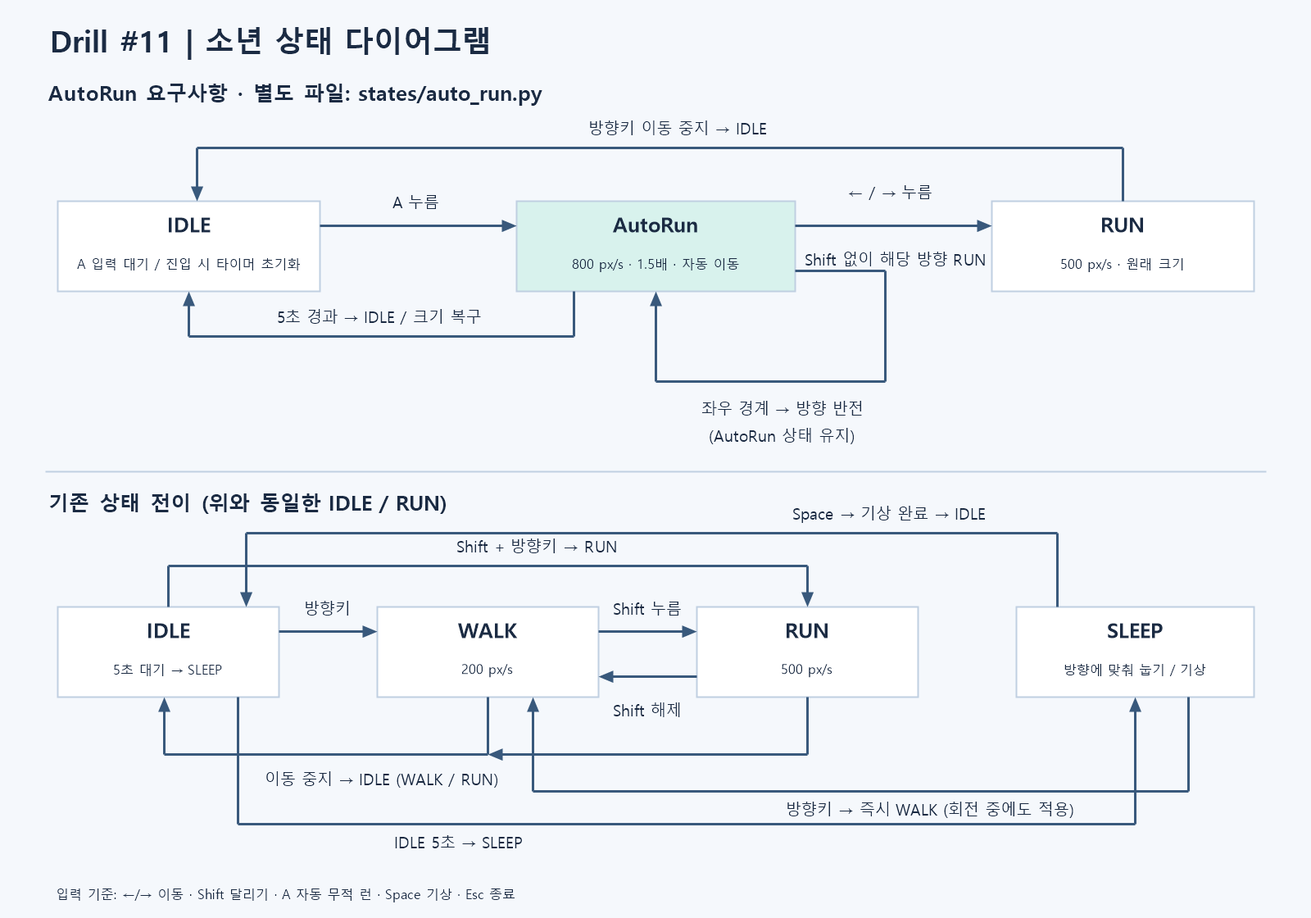
The Mermaid diagram docs/state-diagram.png in Jun1188/DRILL-11, before a commit. Its source is kept beside it as docs/state-diagram.mmd.
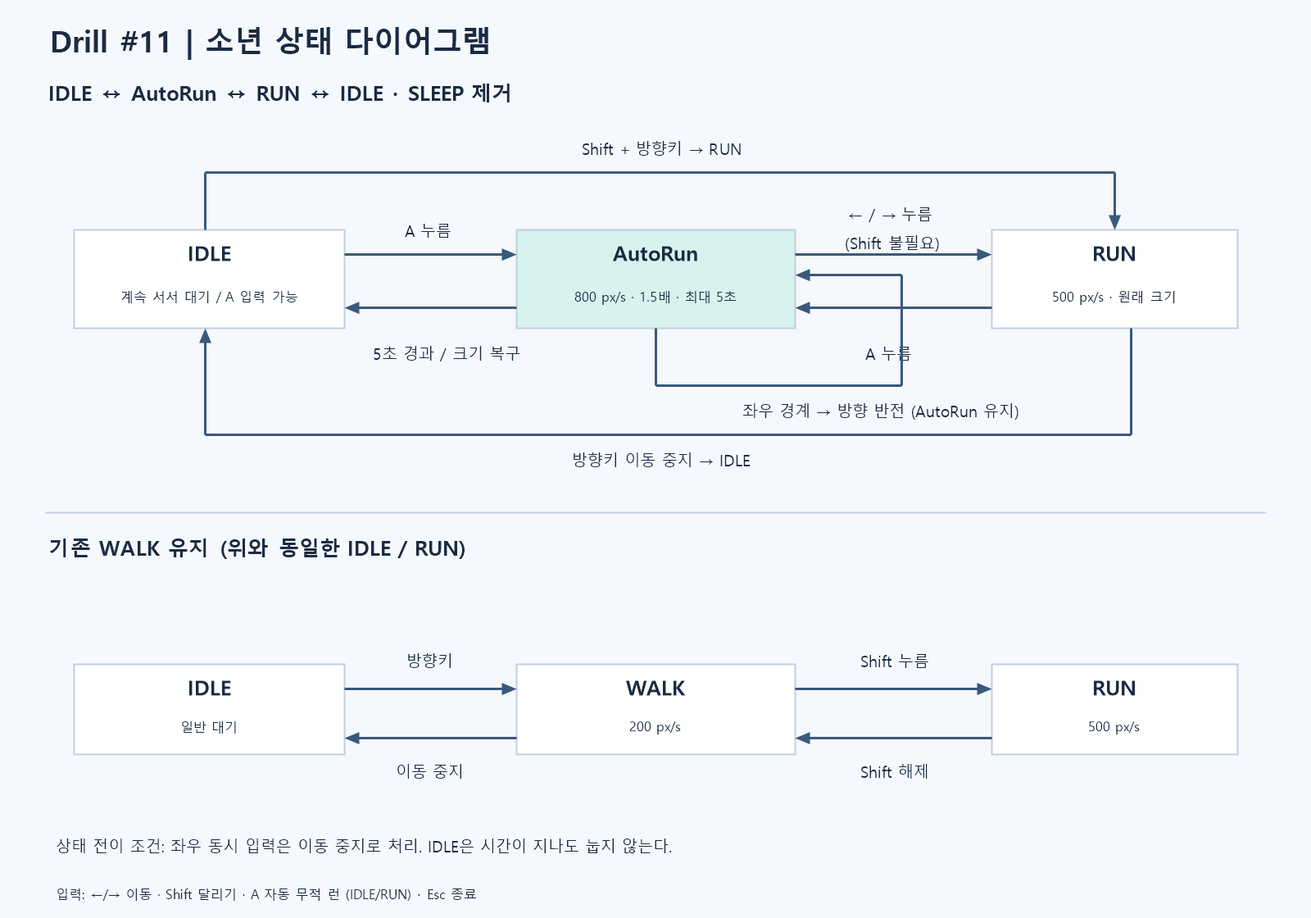
After the commit.

The edit, as a diff of the source:
```diff
@@ -2,23 +2,22 @@
     [*] --> IDLE
     IDLE --> AUTO_RUN: A key down
     AUTO_RUN --> IDLE: elapsed >= 5 seconds / restore scale
+    RUN --> AUTO_RUN: A key down
     AUTO_RUN --> RUN: Left or Right key down / force pressed direction
+    IDLE --> RUN: Shift + arrow
+    RUN --> IDLE: no net arrow direction
     AUTO_RUN --> AUTO_RUN: screen edge / reverse direction
     IDLE --> WALK: arrow without Shift
-    IDLE --> RUN: Shift + arrow
     WALK --> RUN: Shift down with arrow held
     RUN --> WALK: Shift up with arrow held
     WALK --> IDLE: no net arrow direction
-    RUN --> IDLE: no net arrow direction
-    IDLE --> SLEEP: idle >= 5 seconds
-    SLEEP --> IDLE: Space then wake rotation completes
-    SLEEP --> WALK: arrow / cancel sleep rotation
     note right of AUTO_RUN
         states/auto_run.py: class AutoRun
-        800 px/s, scale 1.5
-        Run cancellation needs no Shift
-        A repeat does not reset timer inside AutoRun
+        800 px/s, scale 1.5, maximum 5 seconds
+        Arrow cancellation needs no Shift
     end note
     note left of IDLE
-        Reset idle timer on every entry
+        Stay standing indefinitely
+        A remains available after waiting
+        No SLEEP state
     end note
```
